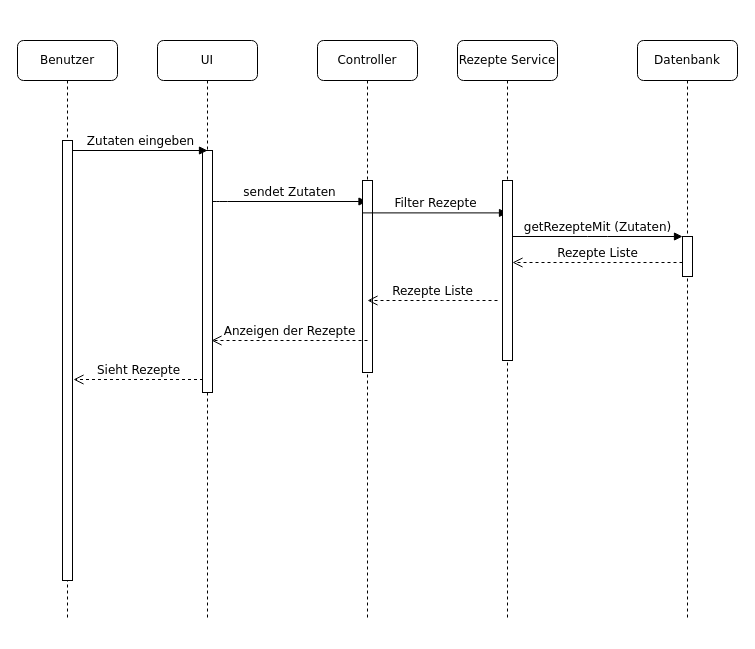
This is docs/UML/UML-Sequenzdiagramm_Rezepte-Filtern.drawio from GalacticCodeGambit/LazyCook, a draw.io file, before an edit. Source tidied: cells renumbered, new cells numbered last; positions are measured from the earlier drawing's top-left corner, leaving out a move shared by most shapes. Both pictures are drawn from the tidied source at 100%, with x=0, y=0 at pixel (17, 40).
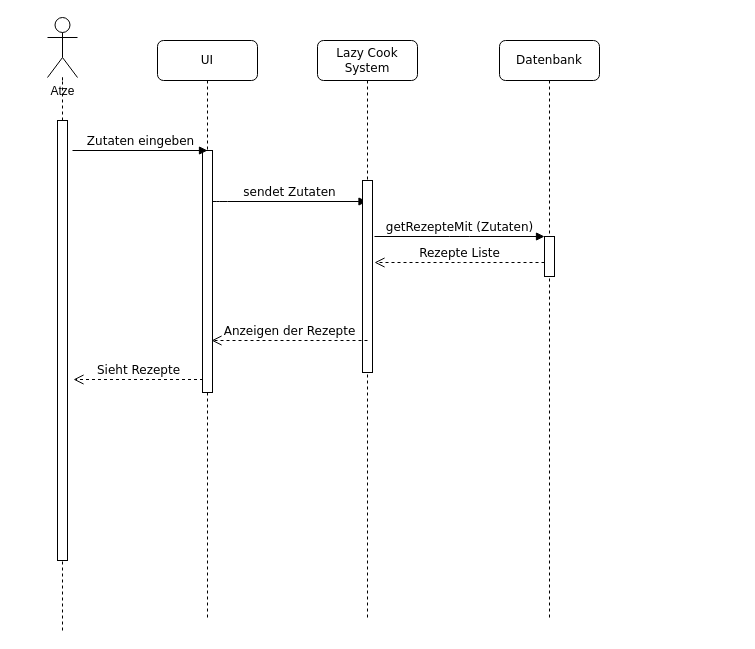
After the change.

Commit message (it also covers changes not shown here):
UML Sequenzdiagramm_Rezepte_Filtern aktualisiert

Diff of the diagram source:
```diff
@@
-    <mxCell id="6" value="Controller" style="shape=umlLifeline;perimeter=lifelinePerimeter;whiteSpace=wrap;html=1;outlineConnect=0;rounded=1;shadow=0;comic=0;labelBackgroundColor=none;strokeWidth=1;fontFamily=Verdana;fontSize=12;align=center;" parent="1" vertex="1">
+    <mxCell id="6" value="Lazy Cook System" style="shape=umlLifeline;perimeter=lifelinePerimeter;whiteSpace=wrap;html=1;outlineConnect=0;rounded=1;shadow=0;comic=0;labelBackgroundColor=none;strokeWidth=1;fontFamily=Verdana;fontSize=12;align=center;" parent="1" vertex="1">
       <mxGeometry x="300" width="100" height="580" as="geometry" />
     </mxCell>
@@
-    <mxCell id="8" value="&lt;div&gt;Rezepte Service&lt;/div&gt;" style="shape=umlLifeline;perimeter=lifelinePerimeter;whiteSpace=wrap;html=1;rounded=1;shadow=0;comic=0;labelBackgroundColor=none;strokeWidth=1;fontFamily=Verdana;fontSize=12;align=center;" parent="1" vertex="1">
-      <mxGeometry x="440" width="100" height="580" as="geometry" />
-    </mxCell>
-    <mxCell id="9" value="Filter Rezepte" style="html=1;verticalAlign=bottom;endArrow=block;labelBackgroundColor=none;fontFamily=Verdana;fontSize=12;edgeStyle=elbowEdgeStyle;elbow=vertical;" parent="8" edge="1">
-      <mxGeometry relative="1" as="geometry">
-        <mxPoint x="-95" y="172.4" as="sourcePoint" />
-        <mxPoint x="50" y="173" as="targetPoint" />
-        <Array as="points">
-          <mxPoint x="-90" y="172.4" />
-        </Array>
-      </mxGeometry>
-    </mxCell>
     <mxCell id="10" value="Datenbank" style="shape=umlLifeline;perimeter=lifelinePerimeter;whiteSpace=wrap;html=1;rounded=1;shadow=0;comic=0;labelBackgroundColor=none;strokeWidth=1;fontFamily=Verdana;fontSize=12;align=center;" parent="1" vertex="1">
-      <mxGeometry x="620" width="100" height="580" as="geometry" />
+      <mxGeometry x="482" width="100" height="580" as="geometry" />
     </mxCell>
-    <mxCell id="11" value="Benutzer" style="shape=umlLifeline;perimeter=lifelinePerimeter;whiteSpace=wrap;html=1;rounded=1;shadow=0;comic=0;labelBackgroundColor=none;strokeWidth=1;fontFamily=Verdana;fontSize=12;align=center;" parent="1" vertex="1">
-      <mxGeometry width="100" height="580" as="geometry" />
-    </mxCell>
-    <mxCell id="12" style="html=1;points=[];perimeter=orthogonalPerimeter;rounded=0;shadow=0;comic=0;labelBackgroundColor=none;strokeWidth=1;fontFamily=Verdana;fontSize=12;align=center;" parent="11" vertex="1">
-      <mxGeometry x="45" y="100" width="10" height="440" as="geometry" />
-    </mxCell>
-    <mxCell id="13" style="html=1;points=[];perimeter=orthogonalPerimeter;rounded=0;shadow=0;comic=0;labelBackgroundColor=none;strokeWidth=1;fontFamily=Verdana;fontSize=12;align=center;" parent="1" vertex="1">
-      <mxGeometry x="485" y="140" width="10" height="180" as="geometry" />
-    </mxCell>
     <mxCell id="14" style="html=1;points=[];perimeter=orthogonalPerimeter;rounded=0;shadow=0;comic=0;labelBackgroundColor=none;strokeWidth=1;fontFamily=Verdana;fontSize=12;align=center;" parent="1" vertex="1">
-      <mxGeometry x="665" y="196" width="10" height="40" as="geometry" />
+      <mxGeometry x="527" y="196" width="10" height="40" as="geometry" />
     </mxCell>
-    <mxCell id="15" value="getRezepteMit (Zutaten)" style="html=1;verticalAlign=bottom;endArrow=block;entryX=0;entryY=0;labelBackgroundColor=none;fontFamily=Verdana;fontSize=12;edgeStyle=elbowEdgeStyle;elbow=vertical;" parent="1" edge="1" source="13" target="14">
-      <mxGeometry relative="1" as="geometry" />
+    <mxCell id="15" value="getRezepteMit (Zutaten)" style="html=1;verticalAlign=bottom;endArrow=block;entryX=0;entryY=0;labelBackgroundColor=none;fontFamily=Verdana;fontSize=12;edgeStyle=elbowEdgeStyle;elbow=vertical;" parent="1" edge="1" target="14">
+      <mxGeometry relative="1" as="geometry">
+        <mxPoint x="357" y="196" as="sourcePoint" />
+      </mxGeometry>
     </mxCell>
     <mxCell id="16" value="Rezepte Liste" style="html=1;verticalAlign=bottom;endArrow=open;dashed=1;endSize=8;labelBackgroundColor=none;fontFamily=Verdana;fontSize=12;edgeStyle=elbowEdgeStyle;elbow=vertical;" parent="1" edge="1">
       <mxGeometry relative="1" as="geometry">
-        <mxPoint x="665" y="222" as="sourcePoint" />
-        <mxPoint x="495" y="222" as="targetPoint" />
+        <mxPoint x="527" y="222" as="sourcePoint" />
+        <mxPoint x="357" y="222" as="targetPoint" />
         <Array as="points">
-          <mxPoint x="570" y="222" />
-          <mxPoint x="600" y="222" />
+          <mxPoint x="432" y="222" />
+          <mxPoint x="462" y="222" />
         </Array>
       </mxGeometry>
     </mxCell>
-    <mxCell id="17" value="Rezepte Liste" style="html=1;verticalAlign=bottom;endArrow=open;dashed=1;endSize=8;labelBackgroundColor=none;fontFamily=Verdana;fontSize=12;edgeStyle=elbowEdgeStyle;elbow=vertical;" parent="1" edge="1">
-      <mxGeometry relative="1" as="geometry">
-        <mxPoint x="480" y="260" as="sourcePoint" />
-        <mxPoint x="350" y="260" as="targetPoint" />
-        <Array as="points">
-          <mxPoint x="415" y="260" />
-          <mxPoint x="445" y="260" />
-        </Array>
-      </mxGeometry>
-    </mxCell>
@@
+    <mxCell id="20" style="endArrow=none;dashed=1;html=1;rounded=0;" parent="1" edge="1" source="23">
+      <mxGeometry relative="1" as="geometry">
+        <mxPoint x="45" y="40" as="targetPoint" />
+      </mxGeometry>
+    </mxCell>
+    <mxCell id="21" style="endArrow=none;dashed=1;html=1;rounded=0;" parent="1" edge="1" target="12">
+      <mxGeometry relative="1" as="geometry">
+        <mxPoint x="45" y="590" as="sourcePoint" />
+      </mxGeometry>
+    </mxCell>
+    <mxCell id="12" style="html=1;points=[];perimeter=orthogonalPerimeter;rounded=0;shadow=0;comic=0;labelBackgroundColor=none;strokeWidth=1;fontFamily=Verdana;fontSize=12;align=center;" parent="1" vertex="1">
+      <mxGeometry x="40" y="80" width="10" height="440" as="geometry" />
+    </mxCell>
+    <mxCell id="22" style="endArrow=none;dashed=1;html=1;rounded=0;" parent="1" edge="1" target="23">
+      <mxGeometry relative="1" as="geometry">
+        <mxPoint x="45" y="80" as="sourcePoint" />
+      </mxGeometry>
+    </mxCell>
+    <mxCell id="23" value="Atze" style="shape=umlActor;verticalLabelPosition=bottom;verticalAlign=top;html=1;outlineConnect=0;" parent="1" vertex="1">
+      <mxGeometry x="30" y="-23" width="30" height="60" as="geometry" />
+    </mxCell>
```
